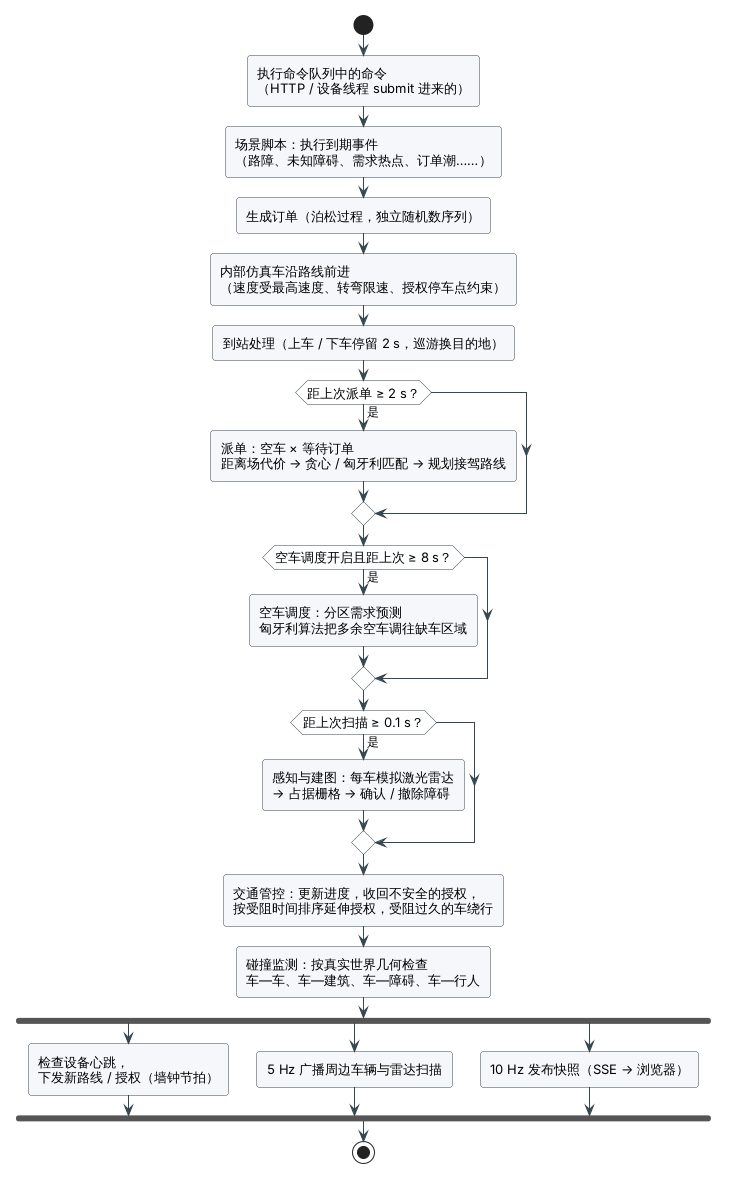
Above: docs/images/uml/activity-step.png in fuzeliang1/ZongC (PlantUML), before the change. Source of this version:
```plantuml
@startuml activity-step
!include _style.iuml

start
:执行命令队列中的命令\n（HTTP / 设备线程 submit 进来的）;
:场景脚本：执行到期事件\n（路障、未知障碍、需求热点、订单潮……）;
:生成订单（泊松过程，独立随机数序列）;
:内部仿真车沿路线前进\n（速度受最高速度、转弯限速、授权停车点约束）;
:到站处理（上车 / 下车停留 2 s，巡游换目的地）;
if (距上次派单 ≥ 2 s？) then (是)
  :派单：空车 × 等待订单\n距离场代价 → 贪心 / 匈牙利匹配 → 规划接驾路线;
endif
if (空车调度开启且距上次 ≥ 8 s？) then (是)
  :空车调度：分区需求预测\n匈牙利算法把多余空车调往缺车区域;
endif
if (距上次扫描 ≥ 0.1 s？) then (是)
  :感知与建图：每车模拟激光雷达\n→ 占据栅格 → 确认 / 撤除障碍;
endif
:交通管控：更新进度，收回不安全的授权，\n按受阻时间排序延伸授权，受阻过久的车绕行;
:碰撞监测：按真实世界几何检查\n车—车、车—建筑、车—障碍、车—行人;
fork
  :检查设备心跳，\n下发新路线 / 授权（墙钟节拍）;
fork again
  :5 Hz 广播周边车辆与雷达扫描;
fork again
  :10 Hz 发布快照（SSE → 浏览器）;
end fork
stop
@enduml
```
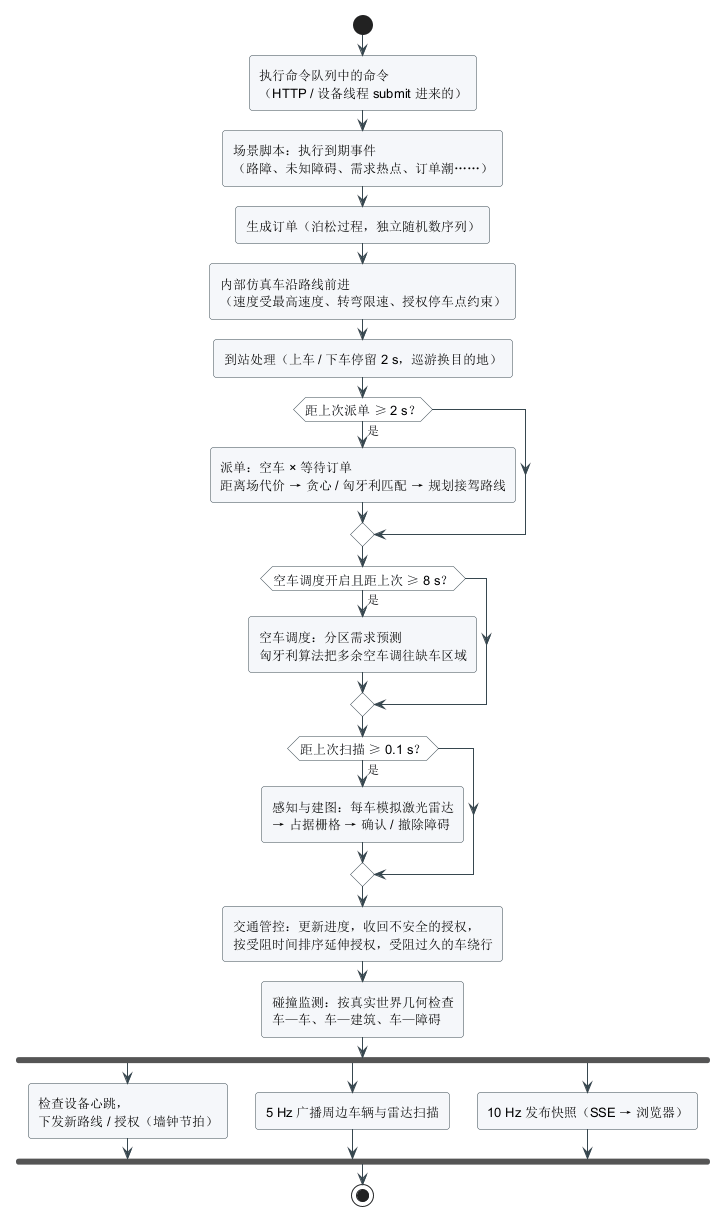
Later version of the same file.

Change to the diagram source:
```diff
@@ -17,7 +17,7 @@
   :感知与建图：每车模拟激光雷达\n→ 占据栅格 → 确认 / 撤除障碍;
 endif
 :交通管控：更新进度，收回不安全的授权，\n按受阻时间排序延伸授权，受阻过久的车绕行;
-:碰撞监测：按真实世界几何检查\n车—车、车—建筑、车—障碍、车—行人;
+:碰撞监测：按真实世界几何检查\n车—车、车—建筑、车—障碍;
 fork
   :检查设备心跳，\n下发新路线 / 授权（墙钟节拍）;
 fork again
```
